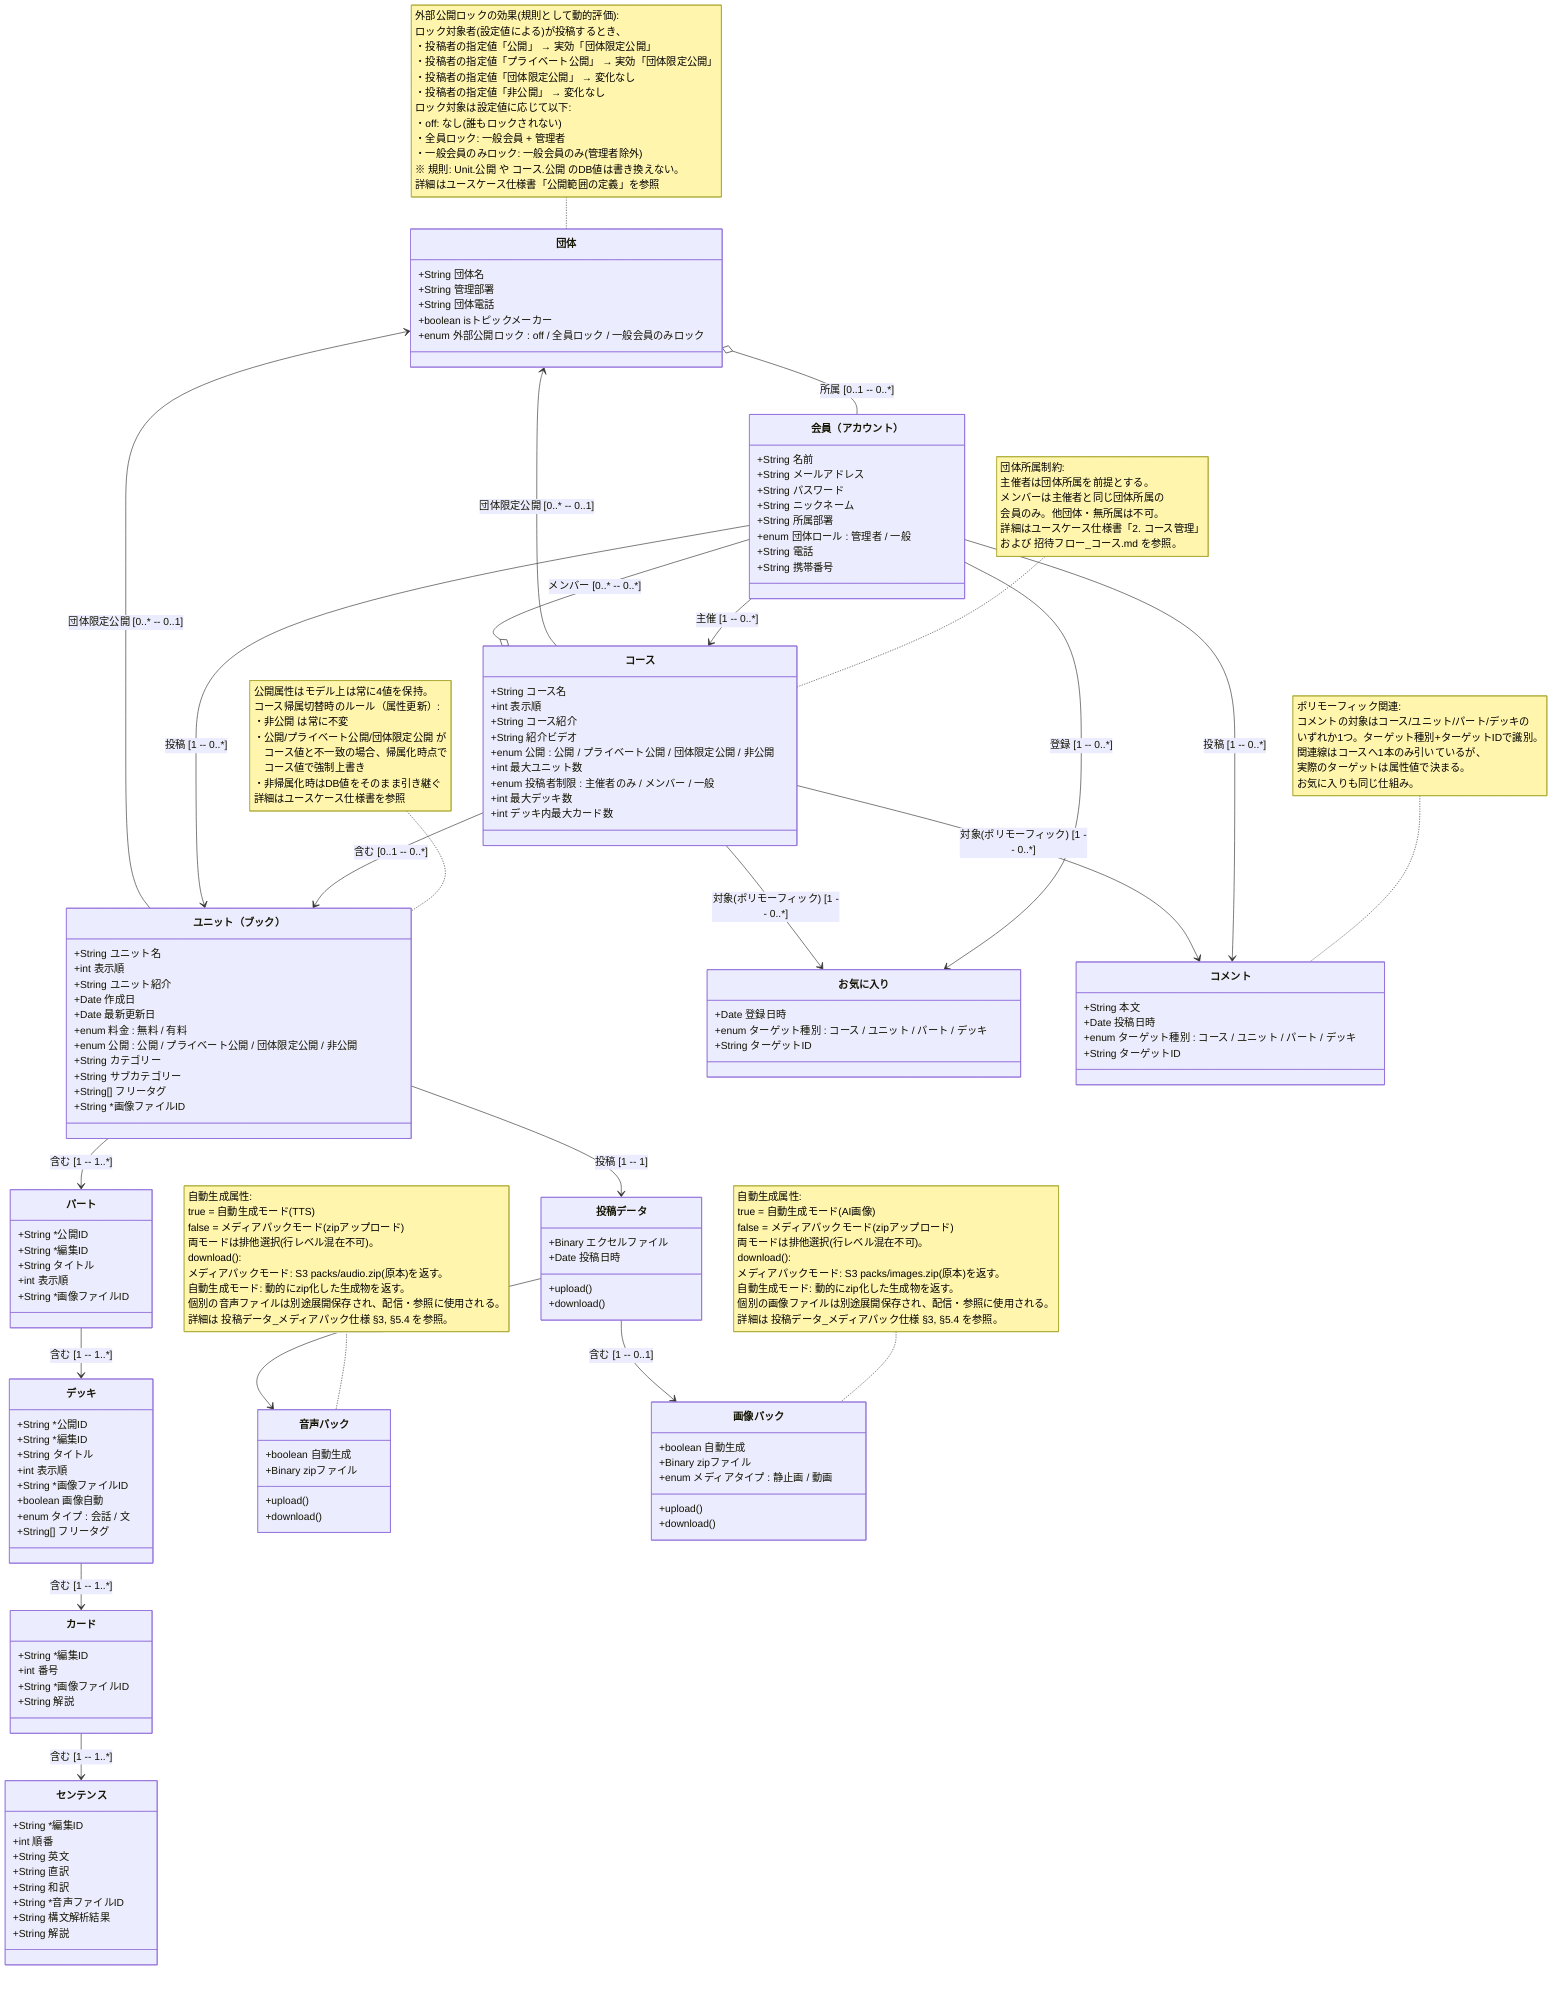
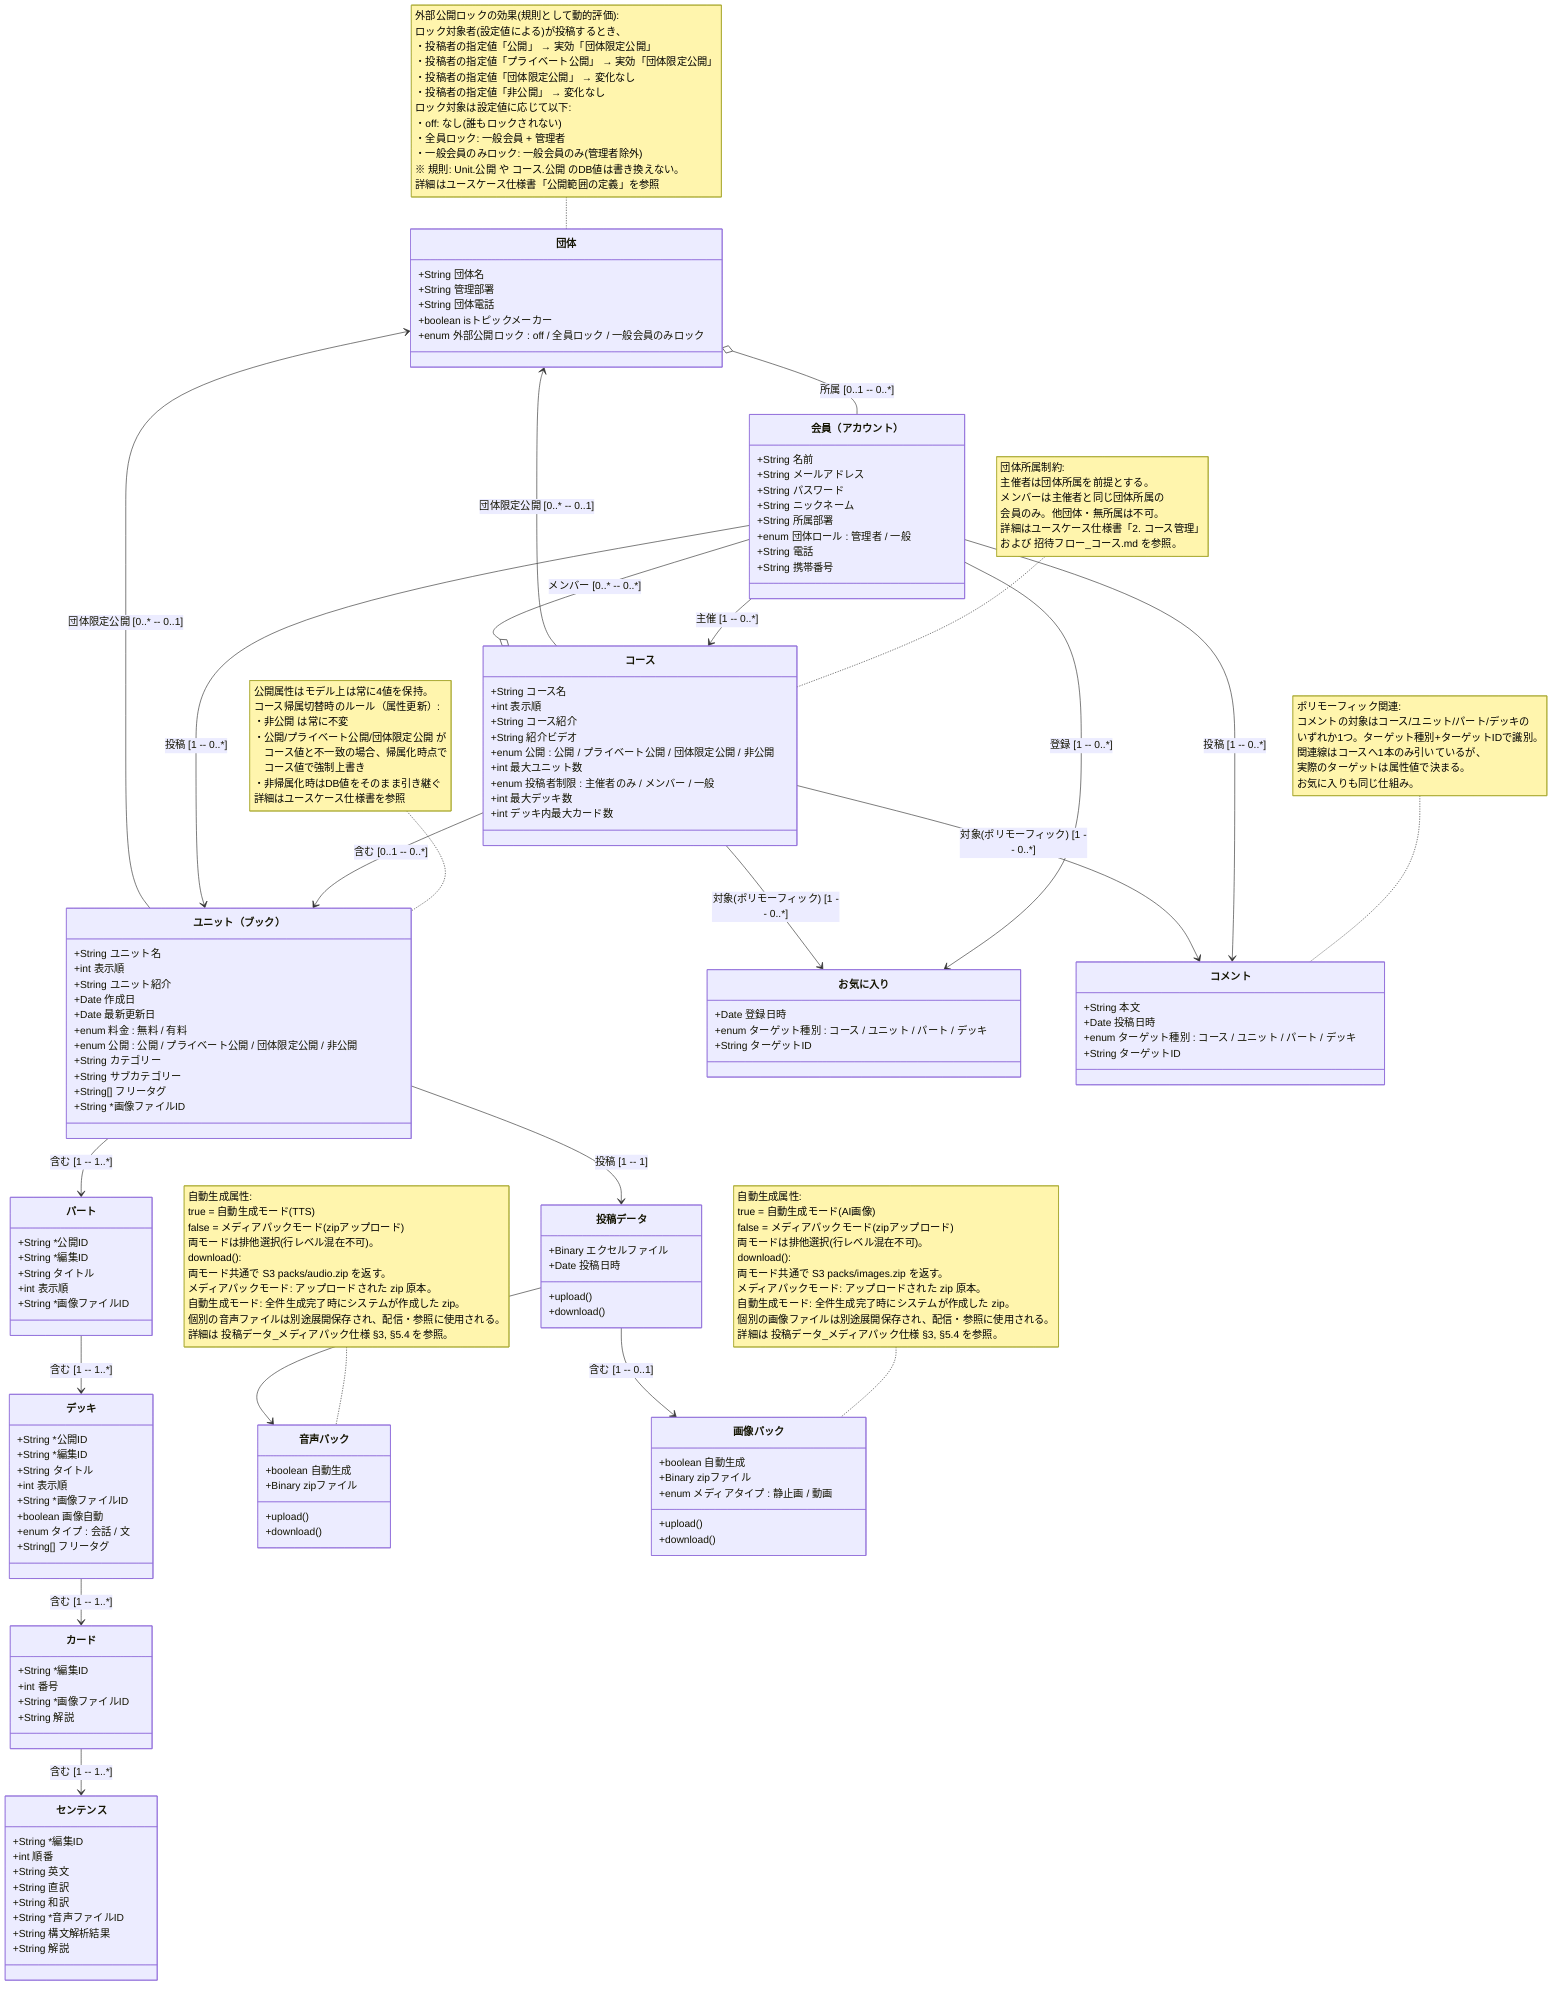
classDiagram
    direction TB

    %% === 設計思想: 属性と規則の区別 ===
    %% 本モデルでは、各クラスの「公開」に関わる仕様について、
    %% 「属性 (attribute)」と「規則 (rule)」を明確に区別する。
    %%
    %% ・属性 (attribute): 実体が常に値を保持する状態。変更操作で
    %%   書き換えられ、参照時にはDB値がそのまま読まれる。例:
    %%   Unit.公開、コース.公開。
    %%
    %% ・規則 (rule): 動的に評価される制約。実体に値は持たず、
    %%   閲覧時・操作時に評価される。例: 団体.外部公開ロック。
    %%
    %% 名称規則: 「ロック」=規則、「公開ステータス/設定」=属性。
    %% 詳細はユースケース仕様書「設計思想: 属性と規則の区別」を参照。

    %% === 団体・会員（アカウント） ===
    %% isトピックメーカー: ちょい英語サービスの運営会社(株式会社
    %% トピックメーカー)を示すフラグ。システム内で唯一、true を
    %% 持つ団体が存在する。true の団体が主催するコースが、
    %% 学習者向けの既存B画面(B-01ホーム等のコース一覧)に
    %% 掲載される。各団体のローカルコース一覧(学習者向け)画面は
    %% 本設計スコープ外。
    %%
    %% isトピックメーカー=true の団体に所属する団体管理者は、
    %% 「運営管理者」と呼ばれ、システム全体に対するスーパーユーザー
    %% 権限を持つ。具体的には他のすべての団体に対して、その団体管理者
    %% と同等の操作(団体情報編集、会員管理、コース・ユニットの介入
    %% 編集、団体削除等)を実行できる。本フェーズでは仕様明記のみで、
    %% 専用画面・実装は将来フェーズ。
    %%
    %% 外部公開ロック: 団体管理者が設定する団体ポリシー。
    %% 当該団体所属メンバーが投稿するコンテンツの実効的な公開状態を
    %% 制限する一方向の保護機能(動機: 秘密保持)。3値 enum:
    %%   ・off: ロックなし(全員自由)
    %%   ・全員ロック: 全メンバーの投稿で「公開」「プライベート公開」
    %%      設定が「団体限定公開」相当に格下げされる
    %%   ・一般会員のみロック: 団体管理者の投稿はロック対象外、
    %%      一般会員の投稿のみ格下げされる(動機: 広報的な教材は
    %%      管理者が直接作成して外部公開する運用に対応)
    %% 一方向ロック: 当該団体メンバーが他団体・無所属会員の投稿を
    %% 閲覧することは制限しない。
    %%
    %% ※ 外部公開ロックは「規則」であり、Unit.公開 や コース.公開
    %%    （いずれも属性）のDB値を書き換えない。閲覧時に動的に
    %%    評価される。属性と規則の区別の詳細はヘッダコメント参照。
    class 団体 {
        +String 団体名
        +String 管理部署
        +String 団体電話
        +boolean isトピックメーカー
        +enum 外部公開ロック : off / 全員ロック / 一般会員のみロック
    }

    note for 団体 "外部公開ロックの効果(規則として動的評価):
ロック対象者(設定値による)が投稿するとき、
・投稿者の指定値「公開」 → 実効「団体限定公開」
・投稿者の指定値「プライベート公開」 → 実効「団体限定公開」
・投稿者の指定値「団体限定公開」 → 変化なし
・投稿者の指定値「非公開」 → 変化なし
ロック対象は設定値に応じて以下:
・off: なし(誰もロックされない)
・全員ロック: 一般会員 + 管理者
・一般会員のみロック: 一般会員のみ(管理者除外)
※ 規則: Unit.公開 や コース.公開 のDB値は書き換えない。
詳細はユースケース仕様書「公開範囲の定義」を参照"

    class Account["会員（アカウント）"] {
        +String 名前
        +String メールアドレス
        +String パスワード
        +String ニックネーム
        +String 所属部署
        +enum 団体ロール : 管理者 / 一般
        +String 電話
        +String 携帯番号
    }

    %% === コース ===
    %% 公開enum: 公開 / プライベート公開(URL知る者のみ) / 団体限定公開 / 非公開
    %% 公開は「属性」: コース帰属切替時はUnit側の公開属性を実体的に
    %% 上書きする(規則ではなく、投稿者の意思を反映する属性更新)。
    %%
    %% 主催者・メンバーの団体所属制約:
    %% コースは主催者の所属団体内における共同作業の場として閉じている。
    %% ・主催者は団体所属を前提とする(無所属会員はコースを作らない)
    %% ・メンバーは主催者と同じ団体に所属する会員のみ
    %% ・他団体所属者・無所属会員はメンバーになれない
    %% ・団体管理者の上位権限としても、この制約は外れない
    %% コースは概念モデル上は団体に直接の関連線を持たないが、主催者
    %% (Account) の所属団体を介して間接的に1団体に紐づく。
    class コース {
        +String コース名
        +int 表示順
        +String コース紹介
        +String 紹介ビデオ
        +enum 公開 : 公開 / プライベート公開 / 団体限定公開 / 非公開
        +int 最大ユニット数
        +enum 投稿者制限 : 主催者のみ / メンバー / 一般
        +int 最大デッキ数
        +int デッキ内最大カード数
    }

    note for コース "団体所属制約:
主催者は団体所属を前提とする。
メンバーは主催者と同じ団体所属の
会員のみ。他団体・無所属は不可。
詳細はユースケース仕様書「2. コース管理」
および 招待フロー_コース.md を参照。"

    %% === ユニット（ブック） ===
    %% 公開enum: 4値。モデル上は常に4値のいずれかを保持する。
    %% ただしコース帰属時は UI側で「公開 / 非公開」のみ選択可
    %% （プライベート公開・団体限定公開の実効範囲はコースから継承）
    %%
    %% コース帰属状態の切替時の公開値の扱い（属性更新）:
    %% - 非公開 は常に不変（コースの値にかかわらず維持）
    %% - 公開 / プライベート公開 / 団体限定公開 がコース値と不一致の
    %%   場合、コース帰属化の時点でコース側の値で強制上書きする
    %% - 非帰属化の時点では、DB値をそのまま引き継ぐ（UIは4値に切替）
    %% 詳細はユースケース仕様書「公開範囲の定義」を参照
    class Unit["ユニット（ブック）"] {
        +String ユニット名
        +int 表示順
        +String ユニット紹介
        +Date 作成日
        +Date 最新更新日
        +enum 料金 : 無料 / 有料
        +enum 公開 : 公開 / プライベート公開 / 団体限定公開 / 非公開
        +String カテゴリー
        +String サブカテゴリー
        +String[] フリータグ
        +String *画像ファイルID
    }

    note for Unit "公開属性はモデル上は常に4値を保持。
コース帰属切替時のルール（属性更新）:
・非公開 は常に不変
・公開/プライベート公開/団体限定公開 が
　コース値と不一致の場合、帰属化時点で
　コース値で強制上書き
・非帰属化時はDB値をそのまま引き継ぐ
詳細はユースケース仕様書を参照"

    %% === 教材階層: ユニット（ブック） > パート > デッキ > カード > センテンス ===
    %% 注: 「ちょい英語ミニブック」では1ユニット=1パート固定（UI非露出）
    %%
    %% IDの二系統:
    %% ・公開ID: URL用、外部公開される識別子。パート・デッキのみが持つ。
    %%   学習者向けB画面でURLパスとして使用される。
    %% ・編集ID: 投稿データ（エクセル）の行同定用、内部のみで使用。
    %%   パート・デッキ・カード・センテンスの全階層が持つ。
    %%   投稿データ更新時の create / update 判定に用いる。
    %% 詳細はユースケース仕様書および 投稿データ_メディアパック仕様 を参照。
    class パート {
        +String *公開ID
        +String *編集ID
        +String タイトル
        +int 表示順
        +String *画像ファイルID
    }

    class デッキ {
        +String *公開ID
        +String *編集ID
        +String タイトル
        +int 表示順
        +String *画像ファイルID
        +boolean 画像自動
        +enum タイプ : 会話 / 文
        +String[] フリータグ
    }

    %% === お気に入り・コメント（ポリモーフィック関連） ===
    %% お気に入り/コメントの対象はコース/ユニット/パート/デッキの
    %% いずれか1つ。ターゲット種別 enum とターゲットID 属性により
    %% 識別する。概念モデル上は「コース」への関連線1本で代表させ、
    %% 実際のターゲットはターゲット種別属性で解釈する。
    class お気に入り {
        +Date 登録日時
        +enum ターゲット種別 : コース / ユニット / パート / デッキ
        +String ターゲットID
    }

    class コメント {
        +String 本文
        +Date 投稿日時
        +enum ターゲット種別 : コース / ユニット / パート / デッキ
        +String ターゲットID
    }

    note for コメント "ポリモーフィック関連:
コメントの対象はコース/ユニット/パート/デッキの
いずれか1つ。ターゲット種別+ターゲットIDで識別。
関連線はコースへ1本のみ引いているが、
実際のターゲットは属性値で決まる。
お気に入りも同じ仕組み。"

    class カード {
        +String *編集ID
        +int 番号
        +String *画像ファイルID
        +String 解説
    }

    class センテンス {
        +String *編集ID
        +int 順番
        +String 英文
        +String 直訳
        +String 和訳
        +String *音声ファイルID
        +String 構文解析結果
        +String 解説
    }

    %% === 投稿データ・メディアパック ===
    %% メディアパックは zip ファイル単位の一括差し替え方式。
    %% アップロードされた zip 原本は S3 の packs/ 配下に保存され、
    %% download() メソッドはこの原本を返す。
    %% 個別の音声・画像ファイルは zip を展開して別途配置される
    %% （配信・参照用）。詳細は 投稿データ_メディアパック仕様 を参照。
    class 投稿データ {
        +Binary エクセルファイル
        +Date 投稿日時
        +upload()
        +download()
    }

    class 音声パック {
        +boolean 自動生成
        +Binary zipファイル
        +upload()
        +download()
    }

    note for 音声パック "自動生成属性:
true  = 自動生成モード(TTS)
false = メディアパックモード(zipアップロード)
両モードは排他選択(行レベル混在不可)。

download():
- メディアパックモード: S3 packs/audio.zip(原本)を返す。
- 自動生成モード: 動的にzip化した生成物を返す。
+ 両モード共通で S3 packs/audio.zip を返す。
+ メディアパックモード: アップロードされた zip 原本。
+ 自動生成モード: 全件生成完了時にシステムが作成した zip。
個別の音声ファイルは別途展開保存され、配信・参照に使用される。
詳細は 投稿データ_メディアパック仕様 §3, §5.4 を参照。"

    class 画像パック {
        +boolean 自動生成
        +Binary zipファイル
        +enum メディアタイプ : 静止画 / 動画
        +upload()
        +download()
    }

    note for 画像パック "自動生成属性:
true  = 自動生成モード(AI画像)
false = メディアパックモード(zipアップロード)
両モードは排他選択(行レベル混在不可)。

download():
- メディアパックモード: S3 packs/images.zip(原本)を返す。
- 自動生成モード: 動的にzip化した生成物を返す。
+ 両モード共通で S3 packs/images.zip を返す。
+ メディアパックモード: アップロードされた zip 原本。
+ 自動生成モード: 全件生成完了時にシステムが作成した zip。
個別の画像ファイルは別途展開保存され、配信・参照に使用される。
詳細は 投稿データ_メディアパック仕様 §3, §5.4 を参照。"

    %% === リレーション ===

    %% 団体 ◇-- 会員（アカウント）（集約）
    団体 o-- Account : 所属 [0..1 -- 0..*]

    %% 団体限定公開の対象団体（コース / ユニット → 団体）
    %% 「団体限定公開」enum選択時に参照先の団体を特定するための関連。
    %% 対象団体は **主催者(コース)または投稿者(ユニット)の所属団体に
    %% 自動固定** される(任意団体は指定不可)。1会員1団体制約により
    %% 対象団体は一意に確定するため、UI上は参照表示のみ。
    %% 詳細はユースケース仕様書「公開範囲の定義 / 「団体限定公開」の
    %% 対象団体」セクションを参照。
    コース --> 団体 : 団体限定公開 [0..* -- 0..1]
    Unit --> 団体 : 団体限定公開 [0..* -- 0..1]

    %% 会員（アカウント） → コース
    Account --> コース : 主催 [1 -- 0..*]
    コース o-- Account : メンバー [0..* -- 0..*]

    %% コース → ユニット（ブック）
    %% ユニットは高々1つのコースに所属（複数コース所属は不可）
    コース --> Unit : 含む [0..1 -- 0..*]

    %% 会員（アカウント） → ユニット（ブック）
    Account --> Unit : 投稿 [1 -- 0..*]

    %% 教材階層構造
    Unit --> パート : 含む [1 -- 1..*]
    パート --> デッキ : 含む [1 -- 1..*]
    デッキ --> カード : 含む [1 -- 1..*]
    カード --> センテンス : 含む [1 -- 1..*]

    %% お気に入り・コメント（ポリモーフィック関連）
    %% 関連線はコースに対して1本ずつ引くが、実際のターゲットは
    %% ターゲット種別属性で識別される(コース/ユニット/パート/デッキ)
    Account --> お気に入り : 登録 [1 -- 0..*]
    コース --> お気に入り : 対象(ポリモーフィック) [1 -- 0..*]
    Account --> コメント : 投稿 [1 -- 0..*]
    コース --> コメント : 対象(ポリモーフィック) [1 -- 0..*]

    %% 投稿データ・メディア
    Unit --> 投稿データ : 投稿 [1 -- 1]
    投稿データ --> 音声パック : 含む [1 -- 0..1]
    投稿データ --> 画像パック : 含む [1 -- 0..1]
